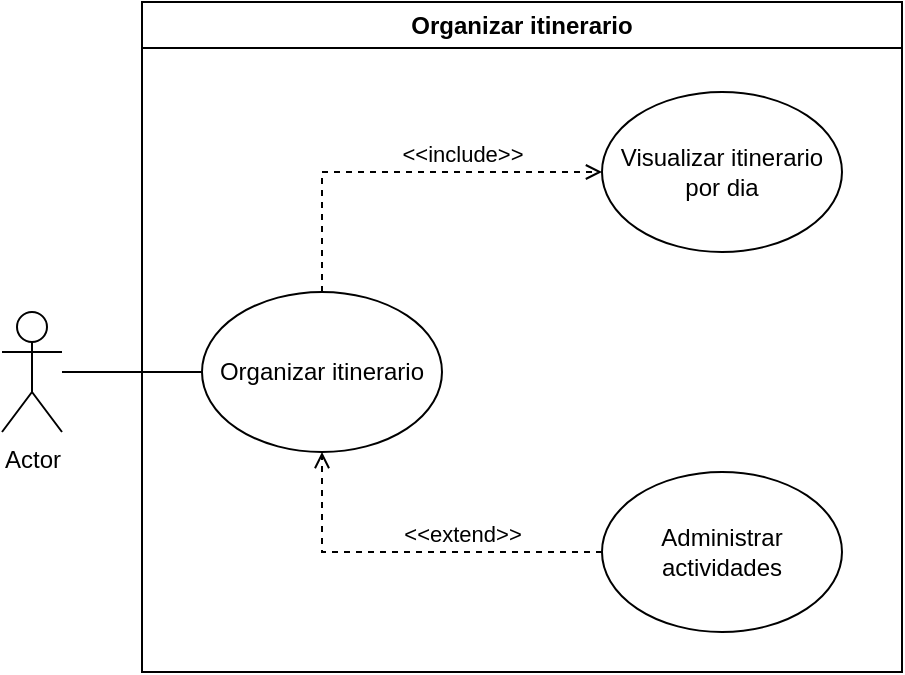
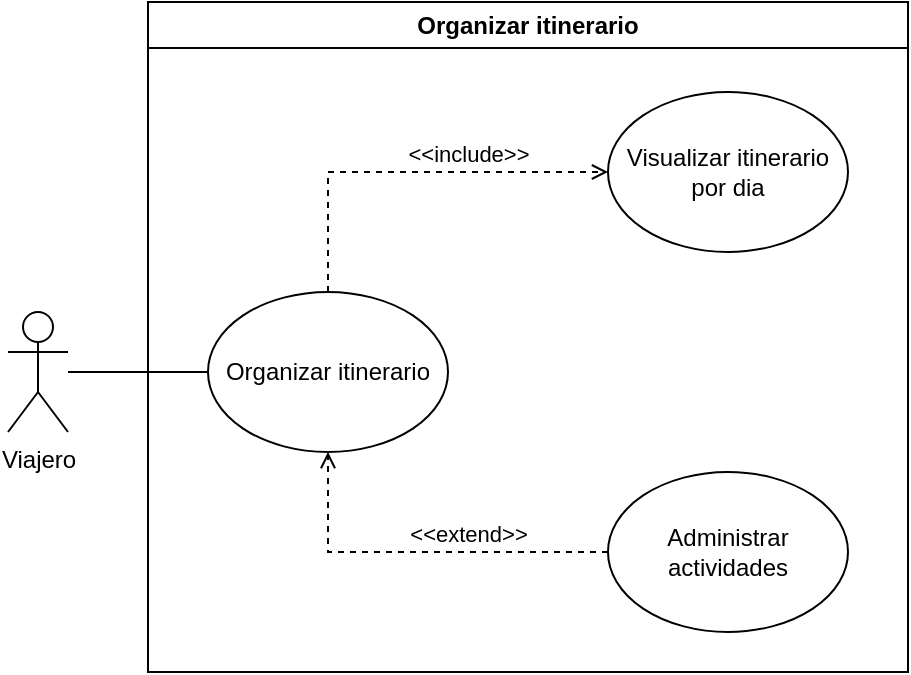
- <mxfile host="app.diagrams.net">
-   <diagram name="Page-1" id="HcFG9tQEaL9N27hgVbYz">
-     <mxGraphModel dx="1060" dy="553" grid="1" gridSize="10" guides="1" tooltips="1" connect="1" arrows="1" fold="1" page="1" pageScale="1" pageWidth="850" pageHeight="1100" math="0" shadow="0">
-       <root>
-         <mxCell id="0" />
-         <mxCell id="1" parent="0" />
-         <mxCell id="kwGP3XmkNO9itz_yiKHx-4" edge="1" parent="1" source="kwGP3XmkNO9itz_yiKHx-1" style="edgeStyle=orthogonalEdgeStyle;rounded=0;orthogonalLoop=1;jettySize=auto;html=1;entryX=0;entryY=0.5;entryDx=0;entryDy=0;endArrow=none;endFill=0;" target="kwGP3XmkNO9itz_yiKHx-3">
-           <mxGeometry relative="1" as="geometry" />
-         </mxCell>
-         <mxCell id="kwGP3XmkNO9itz_yiKHx-1" parent="1" style="shape=umlActor;verticalLabelPosition=bottom;verticalAlign=top;html=1;outlineConnect=0;" value="Actor" vertex="1">
-           <mxGeometry height="60" width="30" x="200" y="310" as="geometry" />
-         </mxCell>
-         <mxCell id="kwGP3XmkNO9itz_yiKHx-2" parent="1" style="swimlane;whiteSpace=wrap;html=1;" value="Organizar itinerario" vertex="1">
-           <mxGeometry height="335" width="380" x="270" y="155" as="geometry" />
-         </mxCell>
-         <mxCell id="kwGP3XmkNO9itz_yiKHx-5" parent="kwGP3XmkNO9itz_yiKHx-2" style="ellipse;whiteSpace=wrap;html=1;" value="Visualizar itinerario por dia" vertex="1">
-           <mxGeometry height="80" width="120" x="230" y="45" as="geometry" />
-         </mxCell>
-         <mxCell id="kwGP3XmkNO9itz_yiKHx-6" parent="kwGP3XmkNO9itz_yiKHx-2" style="ellipse;whiteSpace=wrap;html=1;" value="Administrar actividades" vertex="1">
-           <mxGeometry height="80" width="120" x="230" y="235" as="geometry" />
-         </mxCell>
-         <mxCell id="kwGP3XmkNO9itz_yiKHx-3" parent="kwGP3XmkNO9itz_yiKHx-2" style="ellipse;whiteSpace=wrap;html=1;" value="Organizar itinerario" vertex="1">
-           <mxGeometry height="80" width="120" x="30" y="145" as="geometry" />
-         </mxCell>
-         <mxCell id="kwGP3XmkNO9itz_yiKHx-7" edge="1" parent="kwGP3XmkNO9itz_yiKHx-2" source="kwGP3XmkNO9itz_yiKHx-6" style="html=1;verticalAlign=bottom;labelBackgroundColor=none;endArrow=open;endFill=0;dashed=1;rounded=0;entryX=0.5;entryY=1;entryDx=0;entryDy=0;exitX=0;exitY=0.5;exitDx=0;exitDy=0;" target="kwGP3XmkNO9itz_yiKHx-3" value="&amp;lt;&amp;lt;extend&amp;gt;&amp;gt;">
-           <mxGeometry relative="1" width="160" x="-0.2632" as="geometry">
-             <mxPoint as="offset" />
-             <Array as="points">
-               <mxPoint x="90" y="275" />
-             </Array>
-             <mxPoint x="10" y="185" as="sourcePoint" />
-             <mxPoint x="170" y="185" as="targetPoint" />
-           </mxGeometry>
-         </mxCell>
-         <mxCell id="kwGP3XmkNO9itz_yiKHx-8" edge="1" parent="kwGP3XmkNO9itz_yiKHx-2" source="kwGP3XmkNO9itz_yiKHx-3" style="html=1;verticalAlign=bottom;labelBackgroundColor=none;endArrow=open;endFill=0;dashed=1;rounded=0;entryX=0;entryY=0.5;entryDx=0;entryDy=0;exitX=0.5;exitY=0;exitDx=0;exitDy=0;" target="kwGP3XmkNO9itz_yiKHx-5" value="&amp;lt;&amp;lt;include&amp;gt;&amp;gt;">
-           <mxGeometry relative="1" width="160" x="0.3" as="geometry">
-             <mxPoint as="offset" />
-             <Array as="points">
-               <mxPoint x="90" y="85" />
-             </Array>
-             <mxPoint x="10" y="185" as="sourcePoint" />
-             <mxPoint x="170" y="185" as="targetPoint" />
-           </mxGeometry>
-         </mxCell>
-       </root>
-     </mxGraphModel>
-   </diagram>
- </mxfile>
+ <mxfile host="65bd71144e">
+     <diagram name="Page-1" id="HcFG9tQEaL9N27hgVbYz">
+         <mxGraphModel dx="678" dy="401" grid="1" gridSize="10" guides="1" tooltips="1" connect="1" arrows="1" fold="1" page="1" pageScale="1" pageWidth="850" pageHeight="1100" math="0" shadow="0">
+             <root>
+                 <mxCell id="0"/>
+                 <mxCell id="1" parent="0"/>
+                 <mxCell id="kwGP3XmkNO9itz_yiKHx-4" style="edgeStyle=orthogonalEdgeStyle;rounded=0;orthogonalLoop=1;jettySize=auto;html=1;entryX=0;entryY=0.5;entryDx=0;entryDy=0;endArrow=none;endFill=0;" parent="1" source="kwGP3XmkNO9itz_yiKHx-1" target="kwGP3XmkNO9itz_yiKHx-3" edge="1">
+                     <mxGeometry relative="1" as="geometry"/>
+                 </mxCell>
+                 <mxCell id="kwGP3XmkNO9itz_yiKHx-1" value="Viajero" style="shape=umlActor;verticalLabelPosition=bottom;verticalAlign=top;html=1;outlineConnect=0;" parent="1" vertex="1">
+                     <mxGeometry x="200" y="310" width="30" height="60" as="geometry"/>
+                 </mxCell>
+                 <mxCell id="kwGP3XmkNO9itz_yiKHx-2" value="Organizar itinerario" style="swimlane;whiteSpace=wrap;html=1;" parent="1" vertex="1">
+                     <mxGeometry x="270" y="155" width="380" height="335" as="geometry"/>
+                 </mxCell>
+                 <mxCell id="kwGP3XmkNO9itz_yiKHx-5" value="Visualizar itinerario por dia" style="ellipse;whiteSpace=wrap;html=1;" parent="kwGP3XmkNO9itz_yiKHx-2" vertex="1">
+                     <mxGeometry x="230" y="45" width="120" height="80" as="geometry"/>
+                 </mxCell>
+                 <mxCell id="kwGP3XmkNO9itz_yiKHx-6" value="Administrar actividades" style="ellipse;whiteSpace=wrap;html=1;" parent="kwGP3XmkNO9itz_yiKHx-2" vertex="1">
+                     <mxGeometry x="230" y="235" width="120" height="80" as="geometry"/>
+                 </mxCell>
+                 <mxCell id="kwGP3XmkNO9itz_yiKHx-3" value="Organizar itinerario" style="ellipse;whiteSpace=wrap;html=1;" parent="kwGP3XmkNO9itz_yiKHx-2" vertex="1">
+                     <mxGeometry x="30" y="145" width="120" height="80" as="geometry"/>
+                 </mxCell>
+                 <mxCell id="kwGP3XmkNO9itz_yiKHx-7" value="&amp;lt;&amp;lt;extend&amp;gt;&amp;gt;" style="html=1;verticalAlign=bottom;labelBackgroundColor=none;endArrow=open;endFill=0;dashed=1;rounded=0;entryX=0.5;entryY=1;entryDx=0;entryDy=0;exitX=0;exitY=0.5;exitDx=0;exitDy=0;" parent="kwGP3XmkNO9itz_yiKHx-2" source="kwGP3XmkNO9itz_yiKHx-6" target="kwGP3XmkNO9itz_yiKHx-3" edge="1">
+                     <mxGeometry x="-0.2632" width="160" relative="1" as="geometry">
+                         <mxPoint as="offset"/>
+                         <Array as="points">
+                             <mxPoint x="90" y="275"/>
+                         </Array>
+                         <mxPoint x="10" y="185" as="sourcePoint"/>
+                         <mxPoint x="170" y="185" as="targetPoint"/>
+                     </mxGeometry>
+                 </mxCell>
+                 <mxCell id="kwGP3XmkNO9itz_yiKHx-8" value="&amp;lt;&amp;lt;include&amp;gt;&amp;gt;" style="html=1;verticalAlign=bottom;labelBackgroundColor=none;endArrow=open;endFill=0;dashed=1;rounded=0;entryX=0;entryY=0.5;entryDx=0;entryDy=0;exitX=0.5;exitY=0;exitDx=0;exitDy=0;" parent="kwGP3XmkNO9itz_yiKHx-2" source="kwGP3XmkNO9itz_yiKHx-3" target="kwGP3XmkNO9itz_yiKHx-5" edge="1">
+                     <mxGeometry x="0.3" width="160" relative="1" as="geometry">
+                         <mxPoint as="offset"/>
+                         <Array as="points">
+                             <mxPoint x="90" y="85"/>
+                         </Array>
+                         <mxPoint x="10" y="185" as="sourcePoint"/>
+                         <mxPoint x="170" y="185" as="targetPoint"/>
+                     </mxGeometry>
+                 </mxCell>
+             </root>
+         </mxGraphModel>
+     </diagram>
+ </mxfile>